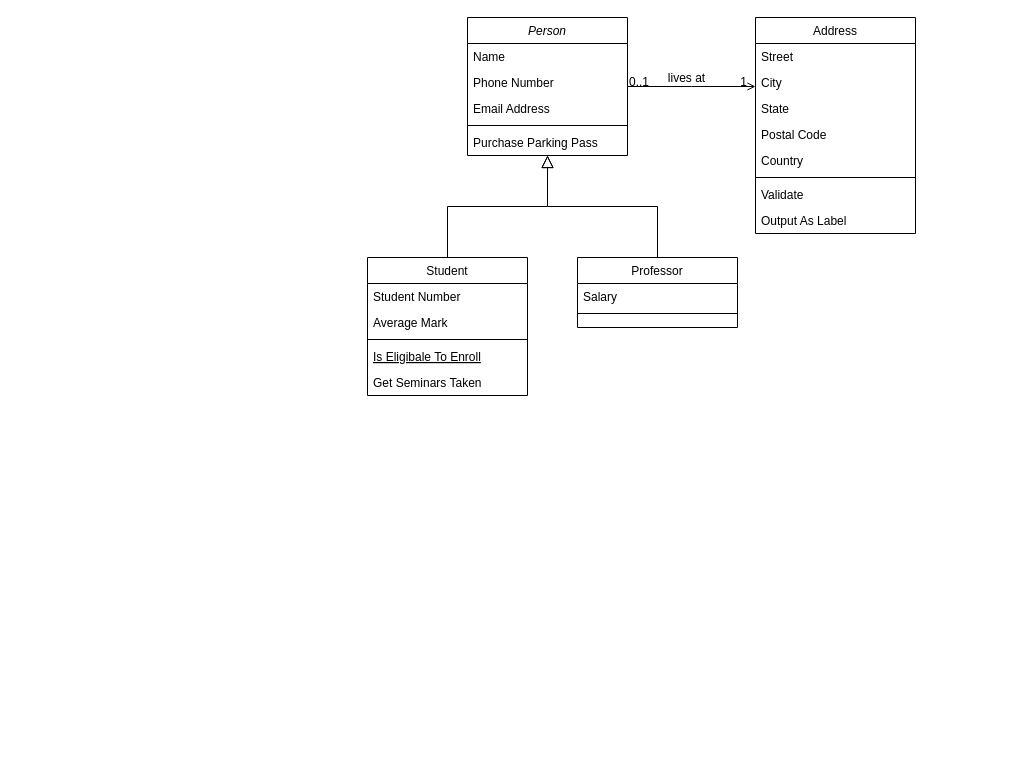
The draw.io diagram grpc.drawio in xiaopengs/Brainstorming, before the edit. Source tidied: cells renumbered, new cells numbered last; positions are measured from the earlier drawing's top-left corner, leaving out a move shared by most shapes. Both pictures are drawn from the tidied source at 100%, with x=0, y=0 at pixel (367, 17).
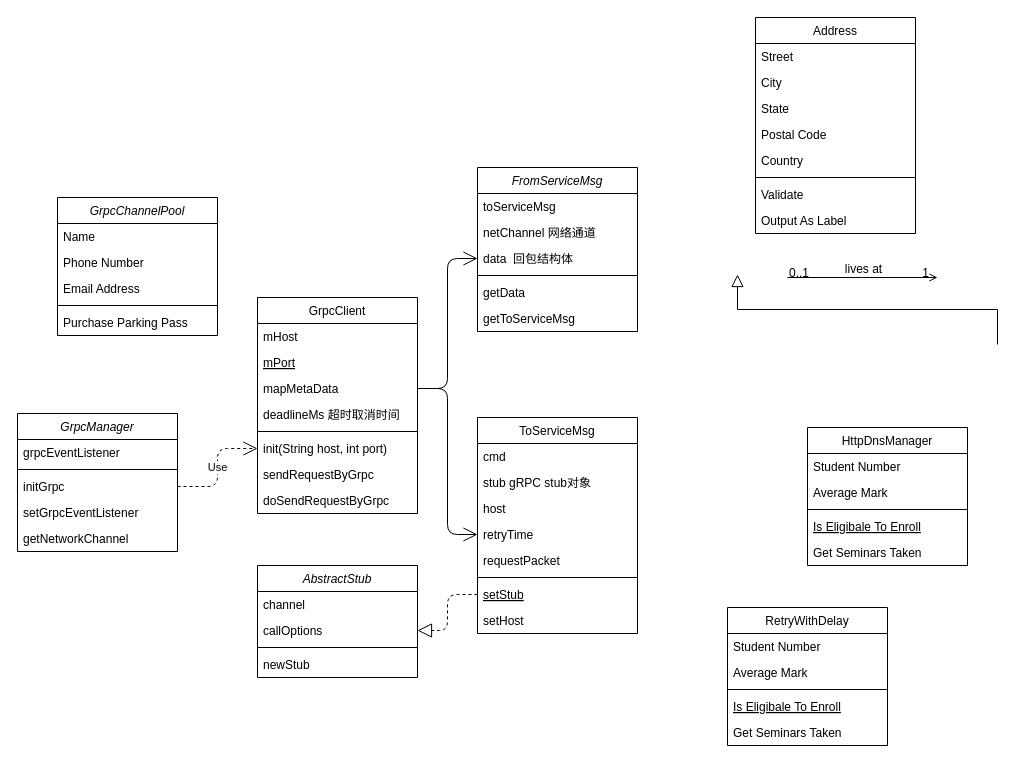
Above is the later version.

Unchanged cells that the change refers to:
```xml
<mxCell id="19" value="Address" style="swimlane;fontStyle=0;align=center;verticalAlign=top;horizontal=1;startSize=26;rounded=0;shadow=0;strokeWidth=1;" parent="1" vertex="1">
  <mxGeometry x="388" width="160" height="216" as="geometry" />
</mxCell>
```

Diff of the diagram source:
```diff
@@
-    <mxCell id="2" value="Person" style="swimlane;fontStyle=2;align=center;verticalAlign=top;horizontal=1;startSize=26;rounded=0;shadow=0;strokeWidth=1;" parent="1" vertex="1">
-      <mxGeometry x="100" width="160" height="138" as="geometry" />
-    </mxCell>
-    <mxCell id="3" value="Name" style="text;align=left;verticalAlign=top;spacingLeft=4;spacingRight=4;overflow=hidden;" parent="2" vertex="1">
-      <mxGeometry y="26" width="160" height="26" as="geometry" />
-    </mxCell>
-    <mxCell id="4" value="Phone Number" style="text;align=left;verticalAlign=top;spacingLeft=4;spacingRight=4;overflow=hidden;rounded=0;shadow=0;html=0;" parent="2" vertex="1">
-      <mxGeometry y="52" width="160" height="26" as="geometry" />
-    </mxCell>
-    <mxCell id="5" value="Email Address" style="text;align=left;verticalAlign=top;spacingLeft=4;spacingRight=4;overflow=hidden;rounded=0;shadow=0;html=0;" parent="2" vertex="1">
-      <mxGeometry y="78" width="160" height="26" as="geometry" />
-    </mxCell>
-    <mxCell id="6" style="line;html=1;strokeWidth=1;align=left;verticalAlign=middle;spacingTop=-1;spacingLeft=3;spacingRight=3;labelPosition=right;" parent="2" vertex="1">
-      <mxGeometry y="104" width="160" height="8" as="geometry" />
-    </mxCell>
-    <mxCell id="7" value="Purchase Parking Pass" style="text;align=left;verticalAlign=top;spacingLeft=4;spacingRight=4;overflow=hidden;" parent="2" vertex="1">
-      <mxGeometry y="112" width="160" height="26" as="geometry" />
-    </mxCell>
-    <mxCell id="8" value="Student" style="swimlane;fontStyle=0;align=center;verticalAlign=top;horizontal=1;startSize=26;rounded=0;shadow=0;strokeWidth=1;" parent="1" vertex="1">
-      <mxGeometry y="240" width="160" height="138" as="geometry" />
-    </mxCell>
-    <mxCell id="9" value="Student Number" style="text;align=left;verticalAlign=top;spacingLeft=4;spacingRight=4;overflow=hidden;" parent="8" vertex="1">
-      <mxGeometry y="26" width="160" height="26" as="geometry" />
-    </mxCell>
-    <mxCell id="10" value="Average Mark" style="text;align=left;verticalAlign=top;spacingLeft=4;spacingRight=4;overflow=hidden;rounded=0;shadow=0;html=0;" parent="8" vertex="1">
-      <mxGeometry y="52" width="160" height="26" as="geometry" />
-    </mxCell>
-    <mxCell id="11" style="line;html=1;strokeWidth=1;align=left;verticalAlign=middle;spacingTop=-1;spacingLeft=3;spacingRight=3;labelPosition=right;" parent="8" vertex="1">
-      <mxGeometry y="78" width="160" height="8" as="geometry" />
-    </mxCell>
-    <mxCell id="12" value="Is Eligibale To Enroll" style="text;align=left;verticalAlign=top;spacingLeft=4;spacingRight=4;overflow=hidden;points=[[0,0.5],[1,0.5]];portConstraint=eastwest;fontStyle=4;" parent="8" vertex="1">
-      <mxGeometry y="86" width="160" height="26" as="geometry" />
-    </mxCell>
-    <mxCell id="13" value="Get Seminars Taken" style="text;align=left;verticalAlign=top;spacingLeft=4;spacingRight=4;overflow=hidden;" parent="8" vertex="1">
-      <mxGeometry y="112" width="160" height="26" as="geometry" />
-    </mxCell>
-    <mxCell id="14" style="endArrow=block;endSize=10;endFill=0;shadow=0;strokeWidth=1;rounded=0;edgeStyle=elbowEdgeStyle;elbow=vertical;" parent="1" edge="1" source="8" target="2">
-      <mxGeometry relative="1" as="geometry" />
-    </mxCell>
-    <mxCell id="15" value="Professor" style="swimlane;fontStyle=0;align=center;verticalAlign=top;horizontal=1;startSize=26;rounded=0;shadow=0;strokeWidth=1;" parent="1" vertex="1">
-      <mxGeometry x="210" y="240" width="160" height="70" as="geometry" />
-    </mxCell>
-    <mxCell id="16" value="Salary" style="text;align=left;verticalAlign=top;spacingLeft=4;spacingRight=4;overflow=hidden;" parent="15" vertex="1">
-      <mxGeometry y="26" width="160" height="26" as="geometry" />
-    </mxCell>
-    <mxCell id="17" style="line;html=1;strokeWidth=1;align=left;verticalAlign=middle;spacingTop=-1;spacingLeft=3;spacingRight=3;labelPosition=right;" parent="15" vertex="1">
-      <mxGeometry y="52" width="160" height="8" as="geometry" />
-    </mxCell>
-    <mxCell id="18" style="endArrow=block;endSize=10;endFill=0;shadow=0;strokeWidth=1;rounded=0;edgeStyle=elbowEdgeStyle;elbow=vertical;" parent="1" edge="1" source="15" target="2">
-      <mxGeometry relative="1" as="geometry" />
+    <mxCell id="18" style="endArrow=block;endSize=10;endFill=0;shadow=0;strokeWidth=1;rounded=0;edgeStyle=elbowEdgeStyle;elbow=vertical;" parent="1" edge="1">
+      <mxGeometry relative="1" as="geometry">
+        <mxPoint x="630" y="327" as="sourcePoint" />
+        <mxPoint x="370" y="257" as="targetPoint" />
+      </mxGeometry>
     </mxCell>
@@
-    <mxCell id="28" style="endArrow=open;shadow=0;strokeWidth=1;rounded=0;endFill=1;edgeStyle=elbowEdgeStyle;elbow=vertical;" parent="1" edge="1" source="2" target="19">
+    <mxCell id="28" style="endArrow=open;shadow=0;strokeWidth=1;rounded=0;endFill=1;edgeStyle=elbowEdgeStyle;elbow=vertical;" parent="1" edge="1">
       <mxGeometry x="0.5" y="41" relative="1" as="geometry">
+        <mxPoint x="420" y="260" as="sourcePoint" />
+        <mxPoint x="570" y="260" as="targetPoint" />
         <mxPoint x="-40" y="32" as="offset" />
       </mxGeometry>
     </mxCell>
@@
+    <mxCell id="32" value="HttpDnsManager" style="swimlane;fontStyle=0;align=center;verticalAlign=top;horizontal=1;startSize=26;rounded=0;shadow=0;strokeWidth=1;" parent="1" vertex="1">
+      <mxGeometry x="440" y="410" width="160" height="138" as="geometry" />
+    </mxCell>
+    <mxCell id="33" value="Student Number" style="text;align=left;verticalAlign=top;spacingLeft=4;spacingRight=4;overflow=hidden;" parent="32" vertex="1">
+      <mxGeometry y="26" width="160" height="26" as="geometry" />
+    </mxCell>
+    <mxCell id="34" value="Average Mark" style="text;align=left;verticalAlign=top;spacingLeft=4;spacingRight=4;overflow=hidden;rounded=0;shadow=0;html=0;" parent="32" vertex="1">
+      <mxGeometry y="52" width="160" height="26" as="geometry" />
+    </mxCell>
+    <mxCell id="35" style="line;html=1;strokeWidth=1;align=left;verticalAlign=middle;spacingTop=-1;spacingLeft=3;spacingRight=3;labelPosition=right;" parent="32" vertex="1">
+      <mxGeometry y="78" width="160" height="8" as="geometry" />
+    </mxCell>
+    <mxCell id="36" value="Is Eligibale To Enroll" style="text;align=left;verticalAlign=top;spacingLeft=4;spacingRight=4;overflow=hidden;fontStyle=4;" parent="32" vertex="1">
+      <mxGeometry y="86" width="160" height="26" as="geometry" />
+    </mxCell>
+    <mxCell id="37" value="Get Seminars Taken" style="text;align=left;verticalAlign=top;spacingLeft=4;spacingRight=4;overflow=hidden;" parent="32" vertex="1">
+      <mxGeometry y="112" width="160" height="26" as="geometry" />
+    </mxCell>
+    <mxCell id="38" value="GrpcChannelPool" style="swimlane;fontStyle=2;align=center;verticalAlign=top;horizontal=1;startSize=26;rounded=0;shadow=0;strokeWidth=1;" parent="1" vertex="1">
+      <mxGeometry x="-310" y="180" width="160" height="138" as="geometry" />
+    </mxCell>
+    <mxCell id="39" value="Name" style="text;align=left;verticalAlign=top;spacingLeft=4;spacingRight=4;overflow=hidden;" parent="38" vertex="1">
+      <mxGeometry y="26" width="160" height="26" as="geometry" />
+    </mxCell>
+    <mxCell id="4" value="Phone Number" style="text;align=left;verticalAlign=top;spacingLeft=4;spacingRight=4;overflow=hidden;rounded=0;shadow=0;html=0;" parent="38" vertex="1">
+      <mxGeometry y="52" width="160" height="26" as="geometry" />
+    </mxCell>
+    <mxCell id="5" value="Email Address" style="text;align=left;verticalAlign=top;spacingLeft=4;spacingRight=4;overflow=hidden;rounded=0;shadow=0;html=0;" parent="38" vertex="1">
+      <mxGeometry y="78" width="160" height="26" as="geometry" />
+    </mxCell>
+    <mxCell id="40" style="line;html=1;strokeWidth=1;align=left;verticalAlign=middle;spacingTop=-1;spacingLeft=3;spacingRight=3;labelPosition=right;" parent="38" vertex="1">
+      <mxGeometry y="104" width="160" height="8" as="geometry" />
+    </mxCell>
+    <mxCell id="41" value="Purchase Parking Pass" style="text;align=left;verticalAlign=top;spacingLeft=4;spacingRight=4;overflow=hidden;" parent="38" vertex="1">
+      <mxGeometry y="112" width="160" height="26" as="geometry" />
+    </mxCell>
+    <mxCell id="42" value="FromServiceMsg" style="swimlane;fontStyle=2;align=center;verticalAlign=top;horizontal=1;startSize=26;rounded=0;shadow=0;strokeWidth=1;" parent="1" vertex="1">
+      <mxGeometry x="110" y="150" width="160" height="164" as="geometry" />
+    </mxCell>
+    <mxCell id="43" value="toServiceMsg" style="text;align=left;verticalAlign=top;spacingLeft=4;spacingRight=4;overflow=hidden;" parent="42" vertex="1">
+      <mxGeometry y="26" width="160" height="26" as="geometry" />
+    </mxCell>
+    <mxCell id="44" value="netChannel 网络通道" style="text;align=left;verticalAlign=top;spacingLeft=4;spacingRight=4;overflow=hidden;rounded=0;shadow=0;html=0;" parent="42" vertex="1">
+      <mxGeometry y="52" width="160" height="26" as="geometry" />
+    </mxCell>
+    <mxCell id="45" value="data  回包结构体" style="text;align=left;verticalAlign=top;spacingLeft=4;spacingRight=4;overflow=hidden;points=[[0,0.5],[1,0.5]];portConstraint=eastwest;rounded=0;shadow=0;html=0;" parent="42" vertex="1">
+      <mxGeometry y="78" width="160" height="26" as="geometry" />
+    </mxCell>
+    <mxCell id="46" style="line;html=1;strokeWidth=1;align=left;verticalAlign=middle;spacingTop=-1;spacingLeft=3;spacingRight=3;labelPosition=right;" parent="42" vertex="1">
+      <mxGeometry y="104" width="160" height="8" as="geometry" />
+    </mxCell>
+    <mxCell id="47" value="getData" style="text;align=left;verticalAlign=top;spacingLeft=4;spacingRight=4;overflow=hidden;" parent="42" vertex="1">
+      <mxGeometry y="112" width="160" height="26" as="geometry" />
+    </mxCell>
+    <mxCell id="48" value="getToServiceMsg" style="text;align=left;verticalAlign=top;spacingLeft=4;spacingRight=4;overflow=hidden;" parent="42" vertex="1">
+      <mxGeometry y="138" width="160" height="26" as="geometry" />
+    </mxCell>
+    <mxCell id="49" value="RetryWithDelay" style="swimlane;fontStyle=0;align=center;verticalAlign=top;horizontal=1;startSize=26;rounded=0;shadow=0;strokeWidth=1;" parent="1" vertex="1">
+      <mxGeometry x="360" y="590" width="160" height="138" as="geometry" />
+    </mxCell>
+    <mxCell id="50" value="Student Number" style="text;align=left;verticalAlign=top;spacingLeft=4;spacingRight=4;overflow=hidden;" parent="49" vertex="1">
+      <mxGeometry y="26" width="160" height="26" as="geometry" />
+    </mxCell>
+    <mxCell id="51" value="Average Mark" style="text;align=left;verticalAlign=top;spacingLeft=4;spacingRight=4;overflow=hidden;rounded=0;shadow=0;html=0;" parent="49" vertex="1">
+      <mxGeometry y="52" width="160" height="26" as="geometry" />
+    </mxCell>
+    <mxCell id="52" style="line;html=1;strokeWidth=1;align=left;verticalAlign=middle;spacingTop=-1;spacingLeft=3;spacingRight=3;labelPosition=right;" parent="49" vertex="1">
+      <mxGeometry y="78" width="160" height="8" as="geometry" />
+    </mxCell>
+    <mxCell id="53" value="Is Eligibale To Enroll" style="text;align=left;verticalAlign=top;spacingLeft=4;spacingRight=4;overflow=hidden;fontStyle=4;" parent="49" vertex="1">
+      <mxGeometry y="86" width="160" height="26" as="geometry" />
+    </mxCell>
+    <mxCell id="54" value="Get Seminars Taken" style="text;align=left;verticalAlign=top;spacingLeft=4;spacingRight=4;overflow=hidden;" parent="49" vertex="1">
+      <mxGeometry y="112" width="160" height="26" as="geometry" />
+    </mxCell>
+    <mxCell id="55" value="Use" style="endArrow=open;endSize=12;dashed=1;html=1;entryX=0;entryY=0.5;entryDx=0;entryDy=0;exitX=1;exitY=0.5;exitDx=0;exitDy=0;edgeStyle=orthogonalEdgeStyle;" parent="1" edge="1" source="56" target="75">
+      <mxGeometry relative="1" as="geometry" />
+    </mxCell>
+    <mxCell id="2" value="GrpcManager" style="swimlane;fontStyle=2;align=center;verticalAlign=top;horizontal=1;startSize=26;rounded=0;shadow=0;strokeWidth=1;" parent="1" vertex="1">
+      <mxGeometry x="-350" y="396" width="160" height="138" as="geometry" />
+    </mxCell>
+    <mxCell id="3" value="grpcEventListener" style="text;align=left;verticalAlign=top;spacingLeft=4;spacingRight=4;overflow=hidden;" parent="2" vertex="1">
+      <mxGeometry y="26" width="160" height="26" as="geometry" />
+    </mxCell>
+    <mxCell id="6" style="line;html=1;strokeWidth=1;align=left;verticalAlign=middle;spacingTop=-1;spacingLeft=3;spacingRight=3;labelPosition=right;" parent="2" vertex="1">
+      <mxGeometry y="52" width="160" height="8" as="geometry" />
+    </mxCell>
+    <mxCell id="56" value="initGrpc" style="text;align=left;verticalAlign=top;spacingLeft=4;spacingRight=4;overflow=hidden;points=[[0,0.5],[1,0.5]];portConstraint=eastwest;" parent="2" vertex="1">
+      <mxGeometry y="60" width="160" height="26" as="geometry" />
+    </mxCell>
+    <mxCell id="7" value="setGrpcEventListener" style="text;align=left;verticalAlign=top;spacingLeft=4;spacingRight=4;overflow=hidden;" parent="2" vertex="1">
+      <mxGeometry y="86" width="160" height="26" as="geometry" />
+    </mxCell>
+    <mxCell id="57" value="getNetworkChannel" style="text;align=left;verticalAlign=top;spacingLeft=4;spacingRight=4;overflow=hidden;" parent="2" vertex="1">
+      <mxGeometry y="112" width="160" height="26" as="geometry" />
+    </mxCell>
+    <mxCell id="8" value="ToServiceMsg" style="swimlane;fontStyle=0;align=center;verticalAlign=top;horizontal=1;startSize=26;rounded=0;shadow=0;strokeWidth=1;" parent="1" vertex="1">
+      <mxGeometry x="110" y="400" width="160" height="216" as="geometry" />
+    </mxCell>
+    <mxCell id="9" value="cmd" style="text;align=left;verticalAlign=top;spacingLeft=4;spacingRight=4;overflow=hidden;" parent="8" vertex="1">
+      <mxGeometry y="26" width="160" height="26" as="geometry" />
+    </mxCell>
+    <mxCell id="58" value="stub gRPC stub对象" style="text;align=left;verticalAlign=top;spacingLeft=4;spacingRight=4;overflow=hidden;rounded=0;shadow=0;html=0;" parent="8" vertex="1">
+      <mxGeometry y="52" width="160" height="26" as="geometry" />
+    </mxCell>
+    <mxCell id="59" value="host" style="text;align=left;verticalAlign=top;spacingLeft=4;spacingRight=4;overflow=hidden;rounded=0;shadow=0;html=0;" parent="8" vertex="1">
+      <mxGeometry y="78" width="160" height="26" as="geometry" />
+    </mxCell>
+    <mxCell id="60" value="retryTime" style="text;align=left;verticalAlign=top;spacingLeft=4;spacingRight=4;overflow=hidden;points=[[0,0.5],[1,0.5]];portConstraint=eastwest;rounded=0;shadow=0;html=0;" parent="8" vertex="1">
+      <mxGeometry y="104" width="160" height="26" as="geometry" />
+    </mxCell>
+    <mxCell id="10" value="requestPacket" style="text;align=left;verticalAlign=top;spacingLeft=4;spacingRight=4;overflow=hidden;rounded=0;shadow=0;html=0;" parent="8" vertex="1">
+      <mxGeometry y="130" width="160" height="26" as="geometry" />
+    </mxCell>
+    <mxCell id="11" style="line;html=1;strokeWidth=1;align=left;verticalAlign=middle;spacingTop=-1;spacingLeft=3;spacingRight=3;labelPosition=right;" parent="8" vertex="1">
+      <mxGeometry y="156" width="160" height="8" as="geometry" />
+    </mxCell>
+    <mxCell id="12" value="setStub" style="text;align=left;verticalAlign=top;spacingLeft=4;spacingRight=4;overflow=hidden;points=[[0,0.5],[1,0.5]];portConstraint=eastwest;fontStyle=4;" parent="8" vertex="1">
+      <mxGeometry y="164" width="160" height="26" as="geometry" />
+    </mxCell>
+    <mxCell id="13" value="setHost" style="text;align=left;verticalAlign=top;spacingLeft=4;spacingRight=4;overflow=hidden;" parent="8" vertex="1">
+      <mxGeometry y="190" width="160" height="26" as="geometry" />
+    </mxCell>
+    <mxCell id="61" value="AbstractStub" style="swimlane;fontStyle=2;align=center;verticalAlign=top;horizontal=1;startSize=26;rounded=0;shadow=0;strokeWidth=1;" parent="1" vertex="1">
+      <mxGeometry x="-110" y="548" width="160" height="112" as="geometry" />
+    </mxCell>
+    <mxCell id="62" value="channel" style="text;align=left;verticalAlign=top;spacingLeft=4;spacingRight=4;overflow=hidden;" parent="61" vertex="1">
+      <mxGeometry y="26" width="160" height="26" as="geometry" />
+    </mxCell>
+    <mxCell id="63" value="callOptions" style="text;align=left;verticalAlign=top;spacingLeft=4;spacingRight=4;overflow=hidden;points=[[0,0.5],[1,0.5]];portConstraint=eastwest;rounded=0;shadow=0;html=0;" parent="61" vertex="1">
+      <mxGeometry y="52" width="160" height="26" as="geometry" />
+    </mxCell>
+    <mxCell id="64" style="line;html=1;strokeWidth=1;align=left;verticalAlign=middle;spacingTop=-1;spacingLeft=3;spacingRight=3;labelPosition=right;" parent="61" vertex="1">
+      <mxGeometry y="78" width="160" height="8" as="geometry" />
+    </mxCell>
+    <mxCell id="65" value="newStub" style="text;align=left;verticalAlign=top;spacingLeft=4;spacingRight=4;overflow=hidden;" parent="61" vertex="1">
+      <mxGeometry y="86" width="160" height="26" as="geometry" />
+    </mxCell>
+    <mxCell id="66" style="endArrow=block;dashed=1;endFill=0;endSize=12;html=1;entryX=1;entryY=0.5;entryDx=0;entryDy=0;exitX=0;exitY=0.5;exitDx=0;exitDy=0;edgeStyle=orthogonalEdgeStyle;" parent="1" edge="1" source="12" target="63">
+      <mxGeometry relative="1" as="geometry" />
+    </mxCell>
+    <mxCell id="67" style="endArrow=open;endFill=1;endSize=12;html=1;entryX=0;entryY=0.5;entryDx=0;entryDy=0;exitX=1;exitY=0.5;exitDx=0;exitDy=0;edgeStyle=orthogonalEdgeStyle;" parent="1" edge="1" source="72" target="45">
+      <mxGeometry relative="1" as="geometry" />
+    </mxCell>
+    <mxCell id="68" style="endArrow=open;endFill=1;endSize=12;html=1;entryX=0;entryY=0.5;entryDx=0;entryDy=0;exitX=1;exitY=0.5;exitDx=0;exitDy=0;edgeStyle=orthogonalEdgeStyle;" parent="1" edge="1" source="72" target="60">
+      <mxGeometry relative="1" as="geometry" />
+    </mxCell>
+    <mxCell id="69" value="GrpcClient" style="swimlane;fontStyle=0;align=center;verticalAlign=top;horizontal=1;startSize=26;rounded=0;shadow=0;strokeWidth=1;" parent="1" vertex="1">
+      <mxGeometry x="-110" y="280" width="160" height="216" as="geometry" />
+    </mxCell>
+    <mxCell id="70" value="mHost" style="text;align=left;verticalAlign=top;spacingLeft=4;spacingRight=4;overflow=hidden;rounded=0;shadow=0;html=0;" parent="69" vertex="1">
+      <mxGeometry y="26" width="160" height="26" as="geometry" />
+    </mxCell>
+    <mxCell id="71" value="mPort" style="text;align=left;verticalAlign=top;spacingLeft=4;spacingRight=4;overflow=hidden;fontStyle=4;" parent="69" vertex="1">
+      <mxGeometry y="52" width="160" height="26" as="geometry" />
+    </mxCell>
+    <mxCell id="72" value="mapMetaData" style="text;align=left;verticalAlign=top;spacingLeft=4;spacingRight=4;overflow=hidden;points=[[0,0.5],[1,0.5]];portConstraint=eastwest;rounded=0;shadow=0;html=0;" parent="69" vertex="1">
+      <mxGeometry y="78" width="160" height="26" as="geometry" />
+    </mxCell>
+    <mxCell id="73" value="deadlineMs 超时取消时间" style="text;align=left;verticalAlign=top;spacingLeft=4;spacingRight=4;overflow=hidden;" parent="69" vertex="1">
+      <mxGeometry y="104" width="160" height="26" as="geometry" />
+    </mxCell>
+    <mxCell id="74" style="line;html=1;strokeWidth=1;align=left;verticalAlign=middle;spacingTop=-1;spacingLeft=3;spacingRight=3;labelPosition=right;" parent="69" vertex="1">
+      <mxGeometry y="130" width="160" height="8" as="geometry" />
+    </mxCell>
+    <mxCell id="75" value="init(String host, int port)" style="text;align=left;verticalAlign=top;spacingLeft=4;spacingRight=4;overflow=hidden;points=[[0,0.5],[1,0.5]];portConstraint=eastwest;" parent="69" vertex="1">
+      <mxGeometry y="138" width="160" height="26" as="geometry" />
+    </mxCell>
+    <mxCell id="76" value="sendRequestByGrpc" style="text;align=left;verticalAlign=top;spacingLeft=4;spacingRight=4;overflow=hidden;" parent="69" vertex="1">
+      <mxGeometry y="164" width="160" height="26" as="geometry" />
+    </mxCell>
+    <mxCell id="77" value="doSendRequestByGrpc" style="text;align=left;verticalAlign=top;spacingLeft=4;spacingRight=4;overflow=hidden;" parent="69" vertex="1">
+      <mxGeometry y="190" width="160" height="26" as="geometry" />
+    </mxCell>
```
